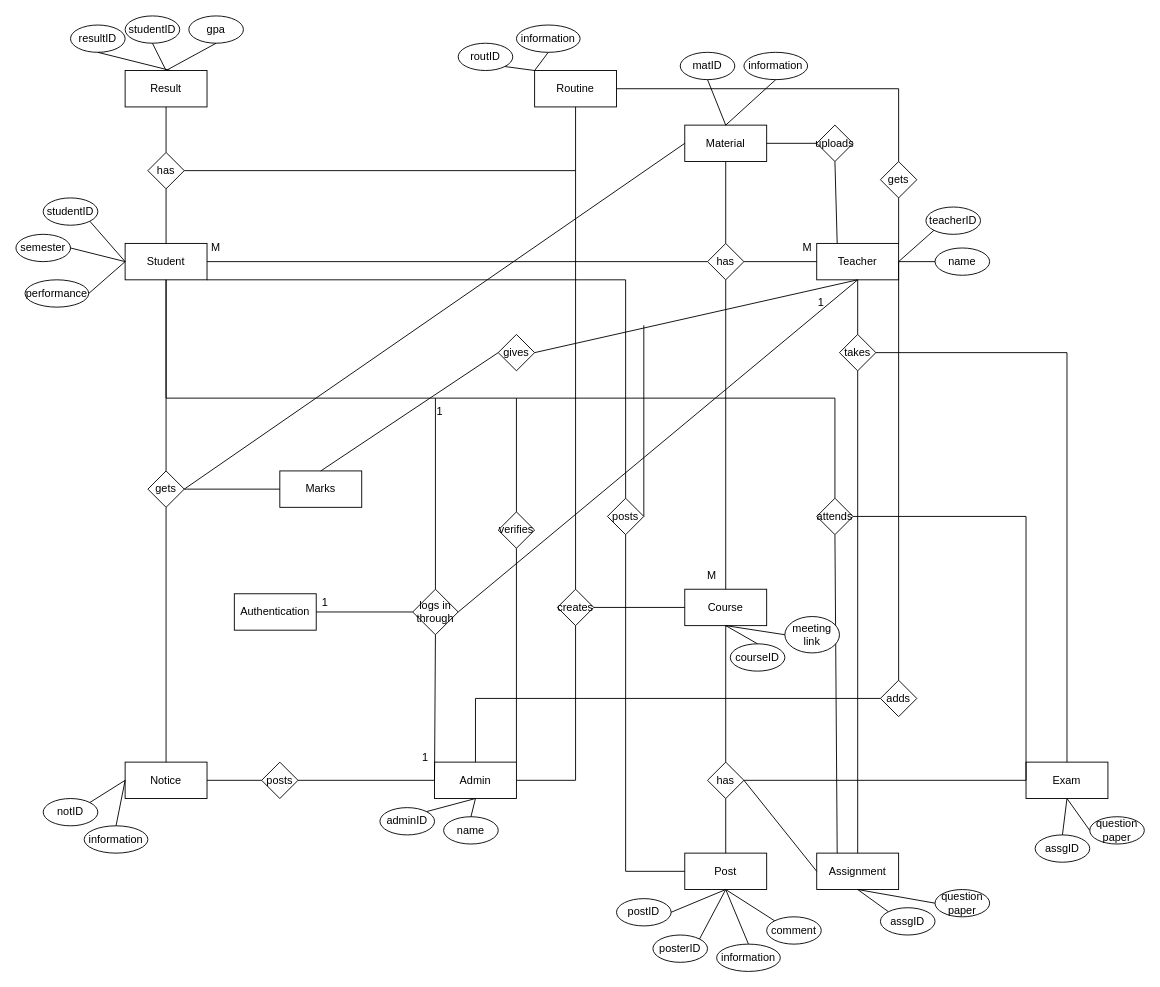
The draw.io diagram page "ER Diagram" (34 of 34) of Diagrams.drawio in shirrsho/E-shcool, before the edit. Source tidied: cells renumbered, new cells numbered last; positions are measured from the earlier drawing's top-left corner, leaving out a move shared by most shapes. Both pictures are drawn from the tidied source at 91%, with x=0, y=0 at pixel (15, 15).
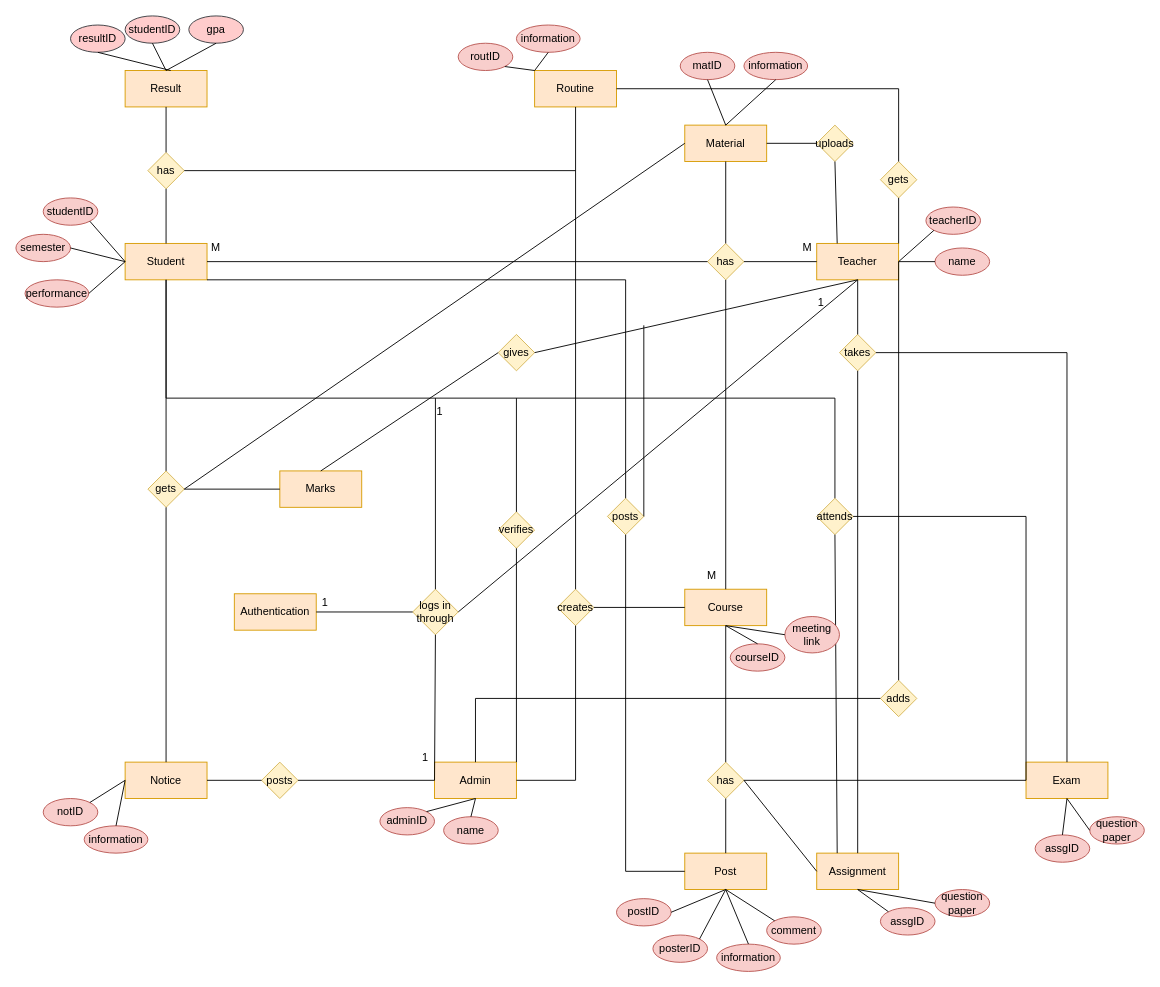
The same diagram, later.

The edit, as a diff of the source:
```diff
@@
-    <mxCell id="2" value="Teacher" style="rounded=0;whiteSpace=wrap;html=1;" parent="1" vertex="1">
+    <mxCell id="2" value="Teacher" style="rounded=0;whiteSpace=wrap;html=1;fillColor=#ffe6cc;strokeColor=#d79b00;" parent="1" vertex="1">
       <mxGeometry x="880" y="250" width="90" height="40" as="geometry" />
     </mxCell>
-    <mxCell id="3" value="Student" style="rounded=0;whiteSpace=wrap;html=1;" parent="1" vertex="1">
+    <mxCell id="3" value="Student" style="rounded=0;whiteSpace=wrap;html=1;fillColor=#ffe6cc;strokeColor=#d79b00;" parent="1" vertex="1">
       <mxGeometry x="120" y="250" width="90" height="40" as="geometry" />
     </mxCell>
-    <mxCell id="4" value="Admin" style="rounded=0;whiteSpace=wrap;html=1;" parent="1" vertex="1">
+    <mxCell id="4" value="Admin" style="rounded=0;whiteSpace=wrap;html=1;fillColor=#ffe6cc;strokeColor=#d79b00;" parent="1" vertex="1">
       <mxGeometry x="460" y="820" width="90" height="40" as="geometry" />
     </mxCell>
-    <mxCell id="5" value="Authentication" style="rounded=0;whiteSpace=wrap;html=1;" parent="1" vertex="1">
+    <mxCell id="5" value="Authentication" style="rounded=0;whiteSpace=wrap;html=1;fillColor=#ffe6cc;strokeColor=#d79b00;" parent="1" vertex="1">
       <mxGeometry x="240" y="635" width="90" height="40" as="geometry" />
     </mxCell>
-    <mxCell id="6" value="Course" style="rounded=0;whiteSpace=wrap;html=1;" parent="1" vertex="1">
+    <mxCell id="6" value="Course" style="rounded=0;whiteSpace=wrap;html=1;fillColor=#ffe6cc;strokeColor=#d79b00;" parent="1" vertex="1">
       <mxGeometry x="735" y="630" width="90" height="40" as="geometry" />
     </mxCell>
-    <mxCell id="7" value="Routine" style="rounded=0;whiteSpace=wrap;html=1;" parent="1" vertex="1">
+    <mxCell id="7" value="Routine" style="rounded=0;whiteSpace=wrap;html=1;fillColor=#ffe6cc;strokeColor=#d79b00;" parent="1" vertex="1">
       <mxGeometry x="570" y="60" width="90" height="40" as="geometry" />
     </mxCell>
-    <mxCell id="8" value="Notice" style="rounded=0;whiteSpace=wrap;html=1;" parent="1" vertex="1">
+    <mxCell id="8" value="Notice" style="rounded=0;whiteSpace=wrap;html=1;fillColor=#ffe6cc;strokeColor=#d79b00;" parent="1" vertex="1">
       <mxGeometry x="120" y="820" width="90" height="40" as="geometry" />
     </mxCell>
-    <mxCell id="9" value="Post" style="rounded=0;whiteSpace=wrap;html=1;" parent="1" vertex="1">
+    <mxCell id="9" value="Post" style="rounded=0;whiteSpace=wrap;html=1;fillColor=#ffe6cc;strokeColor=#d79b00;" parent="1" vertex="1">
       <mxGeometry x="735" y="920" width="90" height="40" as="geometry" />
     </mxCell>
-    <mxCell id="10" value="Material" style="rounded=0;whiteSpace=wrap;html=1;" parent="1" vertex="1">
+    <mxCell id="10" value="Material" style="rounded=0;whiteSpace=wrap;html=1;fillColor=#ffe6cc;strokeColor=#d79b00;" parent="1" vertex="1">
       <mxGeometry x="735" y="120" width="90" height="40" as="geometry" />
     </mxCell>
-    <mxCell id="11" value="Exam" style="rounded=0;whiteSpace=wrap;html=1;" parent="1" vertex="1">
+    <mxCell id="11" value="Exam" style="rounded=0;whiteSpace=wrap;html=1;fillColor=#ffe6cc;strokeColor=#d79b00;" parent="1" vertex="1">
       <mxGeometry x="1110" y="820" width="90" height="40" as="geometry" />
     </mxCell>
-    <mxCell id="12" value="Assignment" style="rounded=0;whiteSpace=wrap;html=1;" parent="1" vertex="1">
+    <mxCell id="12" value="Assignment" style="rounded=0;whiteSpace=wrap;html=1;fillColor=#ffe6cc;strokeColor=#d79b00;" parent="1" vertex="1">
       <mxGeometry x="880" y="920" width="90" height="40" as="geometry" />
     </mxCell>
-    <mxCell id="13" value="Marks" style="rounded=0;whiteSpace=wrap;html=1;" parent="1" vertex="1">
+    <mxCell id="13" value="Marks" style="rounded=0;whiteSpace=wrap;html=1;fillColor=#ffe6cc;strokeColor=#d79b00;" parent="1" vertex="1">
       <mxGeometry x="290" y="500" width="90" height="40" as="geometry" />
     </mxCell>
-    <mxCell id="14" value="has" style="rhombus;whiteSpace=wrap;html=1;" parent="1" vertex="1">
+    <mxCell id="14" value="has" style="rhombus;whiteSpace=wrap;html=1;fillColor=#fff2cc;strokeColor=#d6b656;" parent="1" vertex="1">
       <mxGeometry x="760" y="250" width="40" height="40" as="geometry" />
     </mxCell>
@@
-    <mxCell id="19" value="has" style="rhombus;whiteSpace=wrap;html=1;" parent="1" vertex="1">
+    <mxCell id="19" value="has" style="rhombus;whiteSpace=wrap;html=1;fillColor=#fff2cc;strokeColor=#d6b656;" parent="1" vertex="1">
       <mxGeometry x="760" y="820" width="40" height="40" as="geometry" />
     </mxCell>
@@
-    <mxCell id="25" value="logs in through" style="rhombus;whiteSpace=wrap;html=1;" parent="1" vertex="1">
+    <mxCell id="25" value="logs in through" style="rhombus;whiteSpace=wrap;html=1;fillColor=#fff2cc;strokeColor=#d6b656;" parent="1" vertex="1">
       <mxGeometry x="436" y="630" width="50" height="50" as="geometry" />
     </mxCell>
@@
-    <mxCell id="29" value="gets" style="rhombus;whiteSpace=wrap;html=1;" parent="1" vertex="1">
+    <mxCell id="29" value="gets" style="rhombus;whiteSpace=wrap;html=1;fillColor=#fff2cc;strokeColor=#d6b656;" parent="1" vertex="1">
       <mxGeometry x="950" y="160" width="40" height="40" as="geometry" />
     </mxCell>
@@
-    <mxCell id="32" value="posts" style="rhombus;whiteSpace=wrap;html=1;" parent="1" vertex="1">
+    <mxCell id="32" value="posts" style="rhombus;whiteSpace=wrap;html=1;fillColor=#fff2cc;strokeColor=#d6b656;" parent="1" vertex="1">
       <mxGeometry x="650" y="530" width="40" height="40" as="geometry" />
     </mxCell>
@@
-    <mxCell id="35" value="uploads" style="rhombus;whiteSpace=wrap;html=1;" parent="1" vertex="1">
+    <mxCell id="35" value="uploads" style="rhombus;whiteSpace=wrap;html=1;fillColor=#fff2cc;strokeColor=#d6b656;" parent="1" vertex="1">
       <mxGeometry x="880" y="120" width="40" height="40" as="geometry" />
     </mxCell>
@@
-    <mxCell id="38" value="takes" style="rhombus;whiteSpace=wrap;html=1;" parent="1" vertex="1">
+    <mxCell id="38" value="takes" style="rhombus;whiteSpace=wrap;html=1;fillColor=#fff2cc;strokeColor=#d6b656;" parent="1" vertex="1">
       <mxGeometry x="905" y="350" width="40" height="40" as="geometry" />
     </mxCell>
@@
-    <mxCell id="42" value="gives" style="rhombus;whiteSpace=wrap;html=1;" parent="1" vertex="1">
+    <mxCell id="42" value="gives" style="rhombus;whiteSpace=wrap;html=1;fillColor=#fff2cc;strokeColor=#d6b656;" parent="1" vertex="1">
       <mxGeometry x="530" y="350" width="40" height="40" as="geometry" />
     </mxCell>
@@
-    <mxCell id="45" value="has" style="rhombus;whiteSpace=wrap;html=1;" parent="1" vertex="1">
+    <mxCell id="45" value="has" style="rhombus;whiteSpace=wrap;html=1;fillColor=#fff2cc;strokeColor=#d6b656;" parent="1" vertex="1">
       <mxGeometry x="145" y="150" width="40" height="40" as="geometry" />
     </mxCell>
@@
-    <mxCell id="48" value="gets" style="rhombus;whiteSpace=wrap;html=1;" parent="1" vertex="1">
+    <mxCell id="48" value="gets" style="rhombus;whiteSpace=wrap;html=1;fillColor=#fff2cc;strokeColor=#d6b656;" parent="1" vertex="1">
       <mxGeometry x="145" y="500" width="40" height="40" as="geometry" />
     </mxCell>
@@
-    <mxCell id="53" value="attends" style="rhombus;whiteSpace=wrap;html=1;" parent="1" vertex="1">
+    <mxCell id="53" value="attends" style="rhombus;whiteSpace=wrap;html=1;fillColor=#fff2cc;strokeColor=#d6b656;" parent="1" vertex="1">
       <mxGeometry x="880" y="530" width="40" height="40" as="geometry" />
     </mxCell>
@@
-    <mxCell id="57" value="Result" style="rounded=0;whiteSpace=wrap;html=1;" parent="1" vertex="1">
+    <mxCell id="57" value="Result" style="rounded=0;whiteSpace=wrap;html=1;fillColor=#ffe6cc;strokeColor=#d79b00;" parent="1" vertex="1">
       <mxGeometry x="120" y="60" width="90" height="40" as="geometry" />
     </mxCell>
@@
-    <mxCell id="60" value="adds" style="rhombus;whiteSpace=wrap;html=1;" parent="1" vertex="1">
+    <mxCell id="60" value="adds" style="rhombus;whiteSpace=wrap;html=1;fillColor=#fff2cc;strokeColor=#d6b656;" parent="1" vertex="1">
       <mxGeometry x="950" y="730" width="40" height="40" as="geometry" />
     </mxCell>
@@
-    <mxCell id="63" value="verifies" style="rhombus;whiteSpace=wrap;html=1;" parent="1" vertex="1">
+    <mxCell id="63" value="verifies" style="rhombus;whiteSpace=wrap;html=1;fillColor=#fff2cc;strokeColor=#d6b656;" parent="1" vertex="1">
       <mxGeometry x="530" y="545" width="40" height="40" as="geometry" />
     </mxCell>
@@
-    <mxCell id="66" value="creates" style="rhombus;whiteSpace=wrap;html=1;" parent="1" vertex="1">
+    <mxCell id="66" value="creates" style="rhombus;whiteSpace=wrap;html=1;fillColor=#fff2cc;strokeColor=#d6b656;" parent="1" vertex="1">
       <mxGeometry x="595" y="630" width="40" height="40" as="geometry" />
     </mxCell>
@@
-    <mxCell id="69" value="posts" style="rhombus;whiteSpace=wrap;html=1;" parent="1" vertex="1">
+    <mxCell id="69" value="posts" style="rhombus;whiteSpace=wrap;html=1;fillColor=#fff2cc;strokeColor=#d6b656;" parent="1" vertex="1">
       <mxGeometry x="270" y="820" width="40" height="40" as="geometry" />
     </mxCell>
@@
-    <mxCell id="80" value="teacherID" style="ellipse;whiteSpace=wrap;html=1;" parent="1" vertex="1">
+    <mxCell id="80" value="teacherID" style="ellipse;whiteSpace=wrap;html=1;fillColor=#f8cecc;strokeColor=#b85450;" parent="1" vertex="1">
       <mxGeometry x="1000" y="210" width="60" height="30" as="geometry" />
     </mxCell>
-    <mxCell id="81" value="name" style="ellipse;whiteSpace=wrap;html=1;" parent="1" vertex="1">
+    <mxCell id="81" value="name" style="ellipse;whiteSpace=wrap;html=1;fillColor=#f8cecc;strokeColor=#b85450;" parent="1" vertex="1">
       <mxGeometry x="1010" y="255" width="60" height="30" as="geometry" />
     </mxCell>
-    <mxCell id="82" value="matID" style="ellipse;whiteSpace=wrap;html=1;" parent="1" vertex="1">
+    <mxCell id="82" value="matID" style="ellipse;whiteSpace=wrap;html=1;fillColor=#f8cecc;strokeColor=#b85450;" parent="1" vertex="1">
       <mxGeometry x="730" y="40" width="60" height="30" as="geometry" />
     </mxCell>
-    <mxCell id="83" value="information" style="ellipse;whiteSpace=wrap;html=1;" parent="1" vertex="1">
+    <mxCell id="83" value="information" style="ellipse;whiteSpace=wrap;html=1;fillColor=#f8cecc;strokeColor=#b85450;" parent="1" vertex="1">
       <mxGeometry x="800" y="40" width="70" height="30" as="geometry" />
     </mxCell>
-    <mxCell id="84" value="routID" style="ellipse;whiteSpace=wrap;html=1;" parent="1" vertex="1">
+    <mxCell id="84" value="routID" style="ellipse;whiteSpace=wrap;html=1;fillColor=#f8cecc;strokeColor=#b85450;" parent="1" vertex="1">
       <mxGeometry x="486" y="30" width="60" height="30" as="geometry" />
     </mxCell>
-    <mxCell id="85" value="information" style="ellipse;whiteSpace=wrap;html=1;" parent="1" vertex="1">
+    <mxCell id="85" value="information" style="ellipse;whiteSpace=wrap;html=1;fillColor=#f8cecc;strokeColor=#b85450;" parent="1" vertex="1">
       <mxGeometry x="550" y="10" width="70" height="30" as="geometry" />
     </mxCell>
-    <mxCell id="86" value="resultID" style="ellipse;whiteSpace=wrap;html=1;" parent="1" vertex="1">
+    <mxCell id="86" value="resultID" style="ellipse;whiteSpace=wrap;html=1;fillColor=#ffcccc;strokeColor=#36393d;" parent="1" vertex="1">
       <mxGeometry x="60" y="10" width="60" height="30" as="geometry" />
     </mxCell>
-    <mxCell id="87" value="studentID" style="ellipse;whiteSpace=wrap;html=1;" parent="1" vertex="1">
+    <mxCell id="87" value="studentID" style="ellipse;whiteSpace=wrap;html=1;fillColor=#ffcccc;strokeColor=#36393d;" parent="1" vertex="1">
       <mxGeometry x="120" width="60" height="30" as="geometry" />
     </mxCell>
-    <mxCell id="88" value="gpa" style="ellipse;whiteSpace=wrap;html=1;" parent="1" vertex="1">
+    <mxCell id="88" value="gpa" style="ellipse;whiteSpace=wrap;html=1;fillColor=#ffcccc;strokeColor=#36393d;" parent="1" vertex="1">
       <mxGeometry x="190" width="60" height="30" as="geometry" />
     </mxCell>
-    <mxCell id="89" value="studentID" style="ellipse;whiteSpace=wrap;html=1;" parent="1" vertex="1">
+    <mxCell id="89" value="studentID" style="ellipse;whiteSpace=wrap;html=1;fillColor=#f8cecc;strokeColor=#b85450;" parent="1" vertex="1">
       <mxGeometry x="30" y="200" width="60" height="30" as="geometry" />
     </mxCell>
-    <mxCell id="90" value="semester" style="ellipse;whiteSpace=wrap;html=1;" parent="1" vertex="1">
+    <mxCell id="90" value="semester" style="ellipse;whiteSpace=wrap;html=1;fillColor=#f8cecc;strokeColor=#b85450;" parent="1" vertex="1">
       <mxGeometry y="240" width="60" height="30" as="geometry" />
     </mxCell>
-    <mxCell id="91" value="performance" style="ellipse;whiteSpace=wrap;html=1;" parent="1" vertex="1">
+    <mxCell id="91" value="performance" style="ellipse;whiteSpace=wrap;html=1;fillColor=#f8cecc;strokeColor=#b85450;" parent="1" vertex="1">
       <mxGeometry x="10" y="290" width="70" height="30" as="geometry" />
     </mxCell>
-    <mxCell id="92" value="notID" style="ellipse;whiteSpace=wrap;html=1;" parent="1" vertex="1">
+    <mxCell id="92" value="notID" style="ellipse;whiteSpace=wrap;html=1;fillColor=#f8cecc;strokeColor=#b85450;" parent="1" vertex="1">
       <mxGeometry x="30" y="860" width="60" height="30" as="geometry" />
     </mxCell>
-    <mxCell id="93" value="information" style="ellipse;whiteSpace=wrap;html=1;" parent="1" vertex="1">
+    <mxCell id="93" value="information" style="ellipse;whiteSpace=wrap;html=1;fillColor=#f8cecc;strokeColor=#b85450;" parent="1" vertex="1">
       <mxGeometry x="75" y="890" width="70" height="30" as="geometry" />
     </mxCell>
-    <mxCell id="94" value="adminID" style="ellipse;whiteSpace=wrap;html=1;" parent="1" vertex="1">
+    <mxCell id="94" value="adminID" style="ellipse;whiteSpace=wrap;html=1;fillColor=#f8cecc;strokeColor=#b85450;" parent="1" vertex="1">
       <mxGeometry x="400" y="870" width="60" height="30" as="geometry" />
     </mxCell>
-    <mxCell id="95" value="name" style="ellipse;whiteSpace=wrap;html=1;" parent="1" vertex="1">
+    <mxCell id="95" value="name" style="ellipse;whiteSpace=wrap;html=1;fillColor=#f8cecc;strokeColor=#b85450;" parent="1" vertex="1">
       <mxGeometry x="470" y="880" width="60" height="30" as="geometry" />
     </mxCell>
-    <mxCell id="96" value="postID" style="ellipse;whiteSpace=wrap;html=1;" parent="1" vertex="1">
+    <mxCell id="96" value="postID" style="ellipse;whiteSpace=wrap;html=1;fillColor=#f8cecc;strokeColor=#b85450;" parent="1" vertex="1">
       <mxGeometry x="660" y="970" width="60" height="30" as="geometry" />
     </mxCell>
-    <mxCell id="97" value="posterID" style="ellipse;whiteSpace=wrap;html=1;" parent="1" vertex="1">
+    <mxCell id="97" value="posterID" style="ellipse;whiteSpace=wrap;html=1;fillColor=#f8cecc;strokeColor=#b85450;" parent="1" vertex="1">
       <mxGeometry x="700" y="1010" width="60" height="30" as="geometry" />
     </mxCell>
-    <mxCell id="98" value="information" style="ellipse;whiteSpace=wrap;html=1;" parent="1" vertex="1">
+    <mxCell id="98" value="information" style="ellipse;whiteSpace=wrap;html=1;fillColor=#f8cecc;strokeColor=#b85450;" parent="1" vertex="1">
       <mxGeometry x="770" y="1020" width="70" height="30" as="geometry" />
     </mxCell>
-    <mxCell id="99" value="comment" style="ellipse;whiteSpace=wrap;html=1;" parent="1" vertex="1">
+    <mxCell id="99" value="comment" style="ellipse;whiteSpace=wrap;html=1;fillColor=#f8cecc;strokeColor=#b85450;" parent="1" vertex="1">
       <mxGeometry x="825" y="990" width="60" height="30" as="geometry" />
     </mxCell>
-    <mxCell id="100" value="assgID" style="ellipse;whiteSpace=wrap;html=1;" parent="1" vertex="1">
+    <mxCell id="100" value="assgID" style="ellipse;whiteSpace=wrap;html=1;fillColor=#f8cecc;strokeColor=#b85450;" parent="1" vertex="1">
       <mxGeometry x="950" y="980" width="60" height="30" as="geometry" />
     </mxCell>
-    <mxCell id="101" value="question&lt;br&gt;paper" style="ellipse;whiteSpace=wrap;html=1;" parent="1" vertex="1">
+    <mxCell id="101" value="question&lt;br&gt;paper" style="ellipse;whiteSpace=wrap;html=1;fillColor=#f8cecc;strokeColor=#b85450;" parent="1" vertex="1">
       <mxGeometry x="1010" y="960" width="60" height="30" as="geometry" />
     </mxCell>
-    <mxCell id="102" value="assgID" style="ellipse;whiteSpace=wrap;html=1;" parent="1" vertex="1">
+    <mxCell id="102" value="assgID" style="ellipse;whiteSpace=wrap;html=1;fillColor=#f8cecc;strokeColor=#b85450;" parent="1" vertex="1">
       <mxGeometry x="1120" y="900" width="60" height="30" as="geometry" />
     </mxCell>
-    <mxCell id="103" value="question&lt;br&gt;paper" style="ellipse;whiteSpace=wrap;html=1;" parent="1" vertex="1">
+    <mxCell id="103" value="question&lt;br&gt;paper" style="ellipse;whiteSpace=wrap;html=1;fillColor=#f8cecc;strokeColor=#b85450;" parent="1" vertex="1">
       <mxGeometry x="1180" y="880" width="60" height="30" as="geometry" />
     </mxCell>
-    <mxCell id="104" value="courseID" style="ellipse;whiteSpace=wrap;html=1;" parent="1" vertex="1">
+    <mxCell id="104" value="courseID" style="ellipse;whiteSpace=wrap;html=1;fillColor=#f8cecc;strokeColor=#b85450;" parent="1" vertex="1">
       <mxGeometry x="785" y="690" width="60" height="30" as="geometry" />
     </mxCell>
-    <mxCell id="105" value="meeting&lt;br&gt;link" style="ellipse;whiteSpace=wrap;html=1;" parent="1" vertex="1">
+    <mxCell id="105" value="meeting&lt;br&gt;link" style="ellipse;whiteSpace=wrap;html=1;fillColor=#f8cecc;strokeColor=#b85450;" parent="1" vertex="1">
       <mxGeometry x="845" y="660" width="60" height="40" as="geometry" />
     </mxCell>
```
